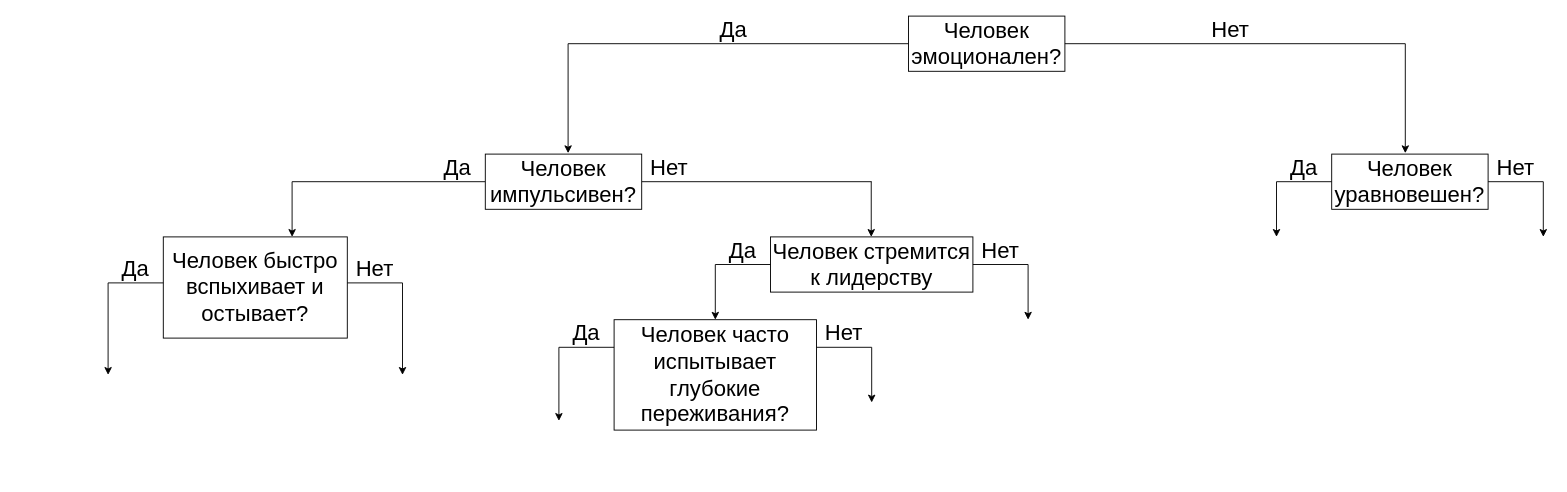
dibovdmitry/Expert-Systems keeps this draw.io diagram as If else diagram.drawio. Above is the earlier version. Source tidied: cells renumbered, new cells numbered last; positions are measured from the earlier drawing's top-left corner, leaving out a move shared by most shapes. Both pictures are drawn from the tidied source at 92%, with x=0, y=0 at pixel (108, 16).
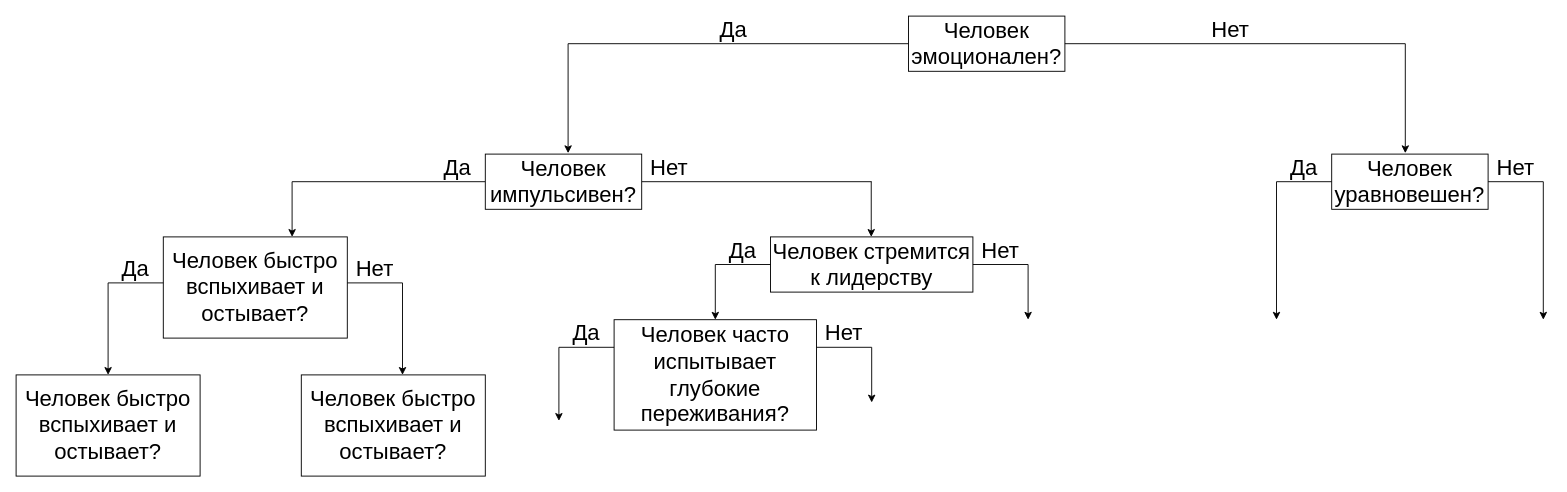
Above is the later version.

Diff of the diagram source:
```diff
@@
     <mxCell id="39" style="endArrow=classic;html=1;rounded=0;" parent="1" edge="1">
       <mxGeometry relative="1" as="geometry">
         <mxPoint x="1270" y="180" as="sourcePoint" />
-        <mxPoint x="1270" y="240" as="targetPoint" />
+        <mxPoint x="1270" y="330" as="targetPoint" />
       </mxGeometry>
     </mxCell>
@@
     <mxCell id="42" style="endArrow=classic;html=1;rounded=0;" parent="1" edge="1">
       <mxGeometry relative="1" as="geometry">
         <mxPoint x="1560" y="180" as="sourcePoint" />
-        <mxPoint x="1560" y="240" as="targetPoint" />
+        <mxPoint x="1560" y="330" as="targetPoint" />
       </mxGeometry>
     </mxCell>
@@
+    <mxCell id="44" value="Человек быстро вспыхивает и остывает?" style="rounded=0;whiteSpace=wrap;html=1;fontSize=24;" parent="1" vertex="1">
+      <mxGeometry x="-100" y="390" width="200" height="110" as="geometry" />
+    </mxCell>
+    <mxCell id="45" value="Человек быстро вспыхивает и остывает?" style="rounded=0;whiteSpace=wrap;html=1;fontSize=24;" parent="1" vertex="1">
+      <mxGeometry x="210" y="390" width="200" height="110" as="geometry" />
+    </mxCell>
```
